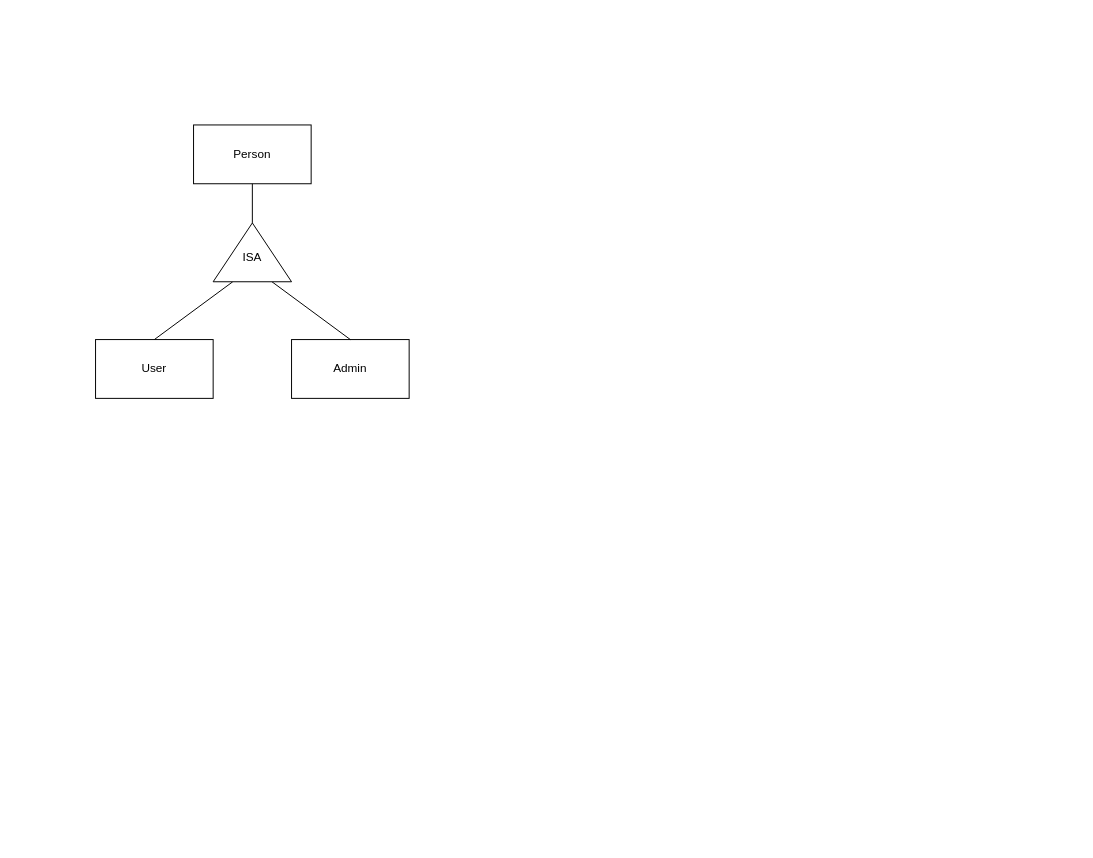
This is diagrams.drawio from Shan-Joel/Diagrams---ITPM, a draw.io file, before an edit. Source tidied: cells renumbered, new cells numbered last; positions are measured from the earlier drawing's top-left corner, leaving out a move shared by most shapes. Both pictures are drawn from the tidied source at 98%, with x=0, y=0 at pixel (95, 124).
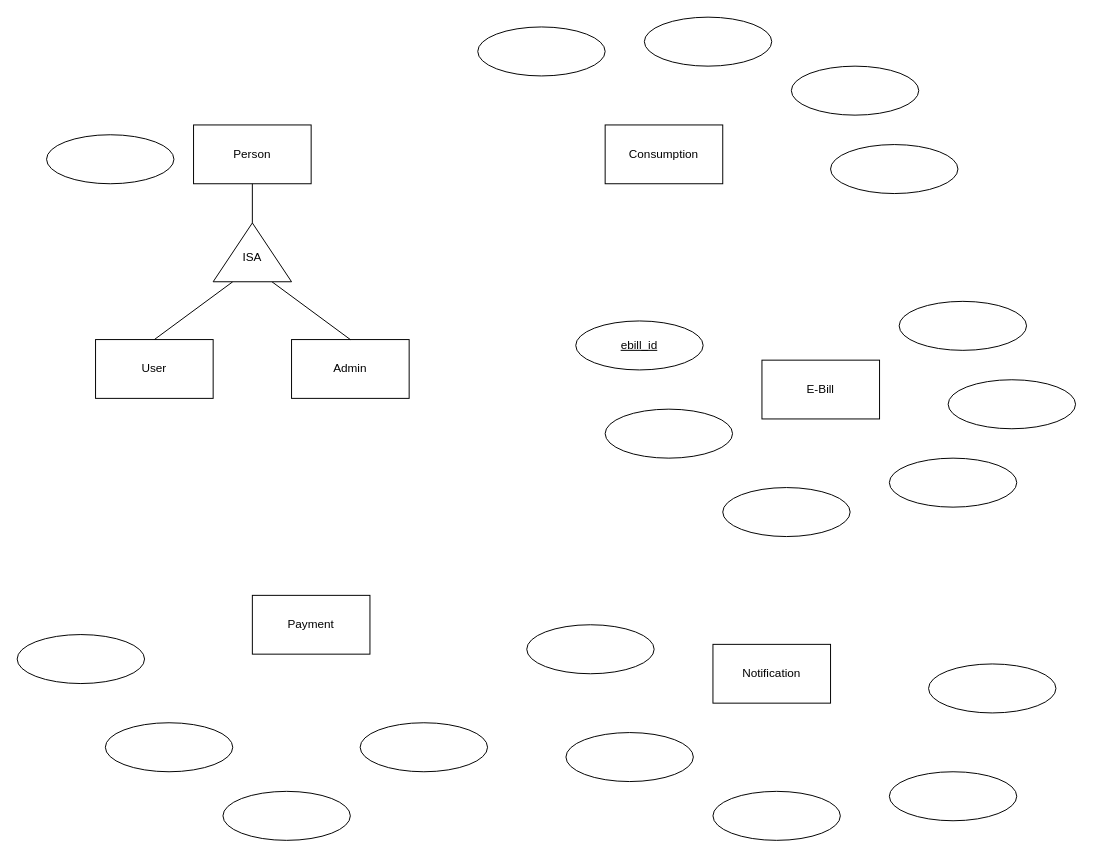
After the change.

Diff of the diagram source:
```diff
@@
+    <mxCell id="11" value="Consumption" style="rounded=0;whiteSpace=wrap;html=1;" parent="1" vertex="1">
+      <mxGeometry x="520" width="120" height="60" as="geometry" />
+    </mxCell>
+    <mxCell id="12" value="E-Bill" style="rounded=0;whiteSpace=wrap;html=1;" parent="1" vertex="1">
+      <mxGeometry x="680" y="240" width="120" height="60" as="geometry" />
+    </mxCell>
+    <mxCell id="13" value="Payment" style="rounded=0;whiteSpace=wrap;html=1;" parent="1" vertex="1">
+      <mxGeometry x="160" y="480" width="120" height="60" as="geometry" />
+    </mxCell>
+    <mxCell id="14" value="Notification" style="rounded=0;whiteSpace=wrap;html=1;" parent="1" vertex="1">
+      <mxGeometry x="630" y="530" width="120" height="60" as="geometry" />
+    </mxCell>
+    <mxCell id="15" value="&lt;u&gt;ebill_id&lt;/u&gt;" style="ellipse;whiteSpace=wrap;html=1;" parent="1" vertex="1">
+      <mxGeometry x="490" y="200" width="130" height="50" as="geometry" />
+    </mxCell>
+    <mxCell id="16" style="ellipse;whiteSpace=wrap;html=1;" parent="1" vertex="1">
+      <mxGeometry x="440" y="510" width="130" height="50" as="geometry" />
+    </mxCell>
+    <mxCell id="17" style="ellipse;whiteSpace=wrap;html=1;" parent="1" vertex="1">
+      <mxGeometry x="-80" y="520" width="130" height="50" as="geometry" />
+    </mxCell>
+    <mxCell id="18" style="ellipse;whiteSpace=wrap;html=1;" parent="1" vertex="1">
+      <mxGeometry x="-50" y="10" width="130" height="50" as="geometry" />
+    </mxCell>
+    <mxCell id="19" style="ellipse;whiteSpace=wrap;html=1;" parent="1" vertex="1">
+      <mxGeometry x="390" y="-100" width="130" height="50" as="geometry" />
+    </mxCell>
+    <mxCell id="20" style="ellipse;whiteSpace=wrap;html=1;" parent="1" vertex="1">
+      <mxGeometry x="10" y="610" width="130" height="50" as="geometry" />
+    </mxCell>
+    <mxCell id="21" style="ellipse;whiteSpace=wrap;html=1;" parent="1" vertex="1">
+      <mxGeometry x="130" y="680" width="130" height="50" as="geometry" />
+    </mxCell>
+    <mxCell id="22" style="ellipse;whiteSpace=wrap;html=1;" parent="1" vertex="1">
+      <mxGeometry x="270" y="610" width="130" height="50" as="geometry" />
+    </mxCell>
+    <mxCell id="23" style="ellipse;whiteSpace=wrap;html=1;" parent="1" vertex="1">
+      <mxGeometry x="480" y="620" width="130" height="50" as="geometry" />
+    </mxCell>
+    <mxCell id="24" style="ellipse;whiteSpace=wrap;html=1;" parent="1" vertex="1">
+      <mxGeometry x="630" y="680" width="130" height="50" as="geometry" />
+    </mxCell>
+    <mxCell id="25" style="ellipse;whiteSpace=wrap;html=1;" parent="1" vertex="1">
+      <mxGeometry x="810" y="660" width="130" height="50" as="geometry" />
+    </mxCell>
+    <mxCell id="26" style="ellipse;whiteSpace=wrap;html=1;" parent="1" vertex="1">
+      <mxGeometry x="850" y="550" width="130" height="50" as="geometry" />
+    </mxCell>
+    <mxCell id="27" style="ellipse;whiteSpace=wrap;html=1;" parent="1" vertex="1">
+      <mxGeometry x="640" y="370" width="130" height="50" as="geometry" />
+    </mxCell>
+    <mxCell id="28" style="ellipse;whiteSpace=wrap;html=1;" parent="1" vertex="1">
+      <mxGeometry x="810" y="340" width="130" height="50" as="geometry" />
+    </mxCell>
+    <mxCell id="29" style="ellipse;whiteSpace=wrap;html=1;" parent="1" vertex="1">
+      <mxGeometry x="520" y="290" width="130" height="50" as="geometry" />
+    </mxCell>
+    <mxCell id="30" style="ellipse;whiteSpace=wrap;html=1;" parent="1" vertex="1">
+      <mxGeometry x="870" y="260" width="130" height="50" as="geometry" />
+    </mxCell>
+    <mxCell id="31" style="ellipse;whiteSpace=wrap;html=1;" parent="1" vertex="1">
+      <mxGeometry x="820" y="180" width="130" height="50" as="geometry" />
+    </mxCell>
+    <mxCell id="32" style="ellipse;whiteSpace=wrap;html=1;" parent="1" vertex="1">
+      <mxGeometry x="560" y="-110" width="130" height="50" as="geometry" />
+    </mxCell>
+    <mxCell id="33" style="ellipse;whiteSpace=wrap;html=1;" parent="1" vertex="1">
+      <mxGeometry x="710" y="-60" width="130" height="50" as="geometry" />
+    </mxCell>
+    <mxCell id="34" style="ellipse;whiteSpace=wrap;html=1;" parent="1" vertex="1">
+      <mxGeometry x="750" y="20" width="130" height="50" as="geometry" />
+    </mxCell>
```
